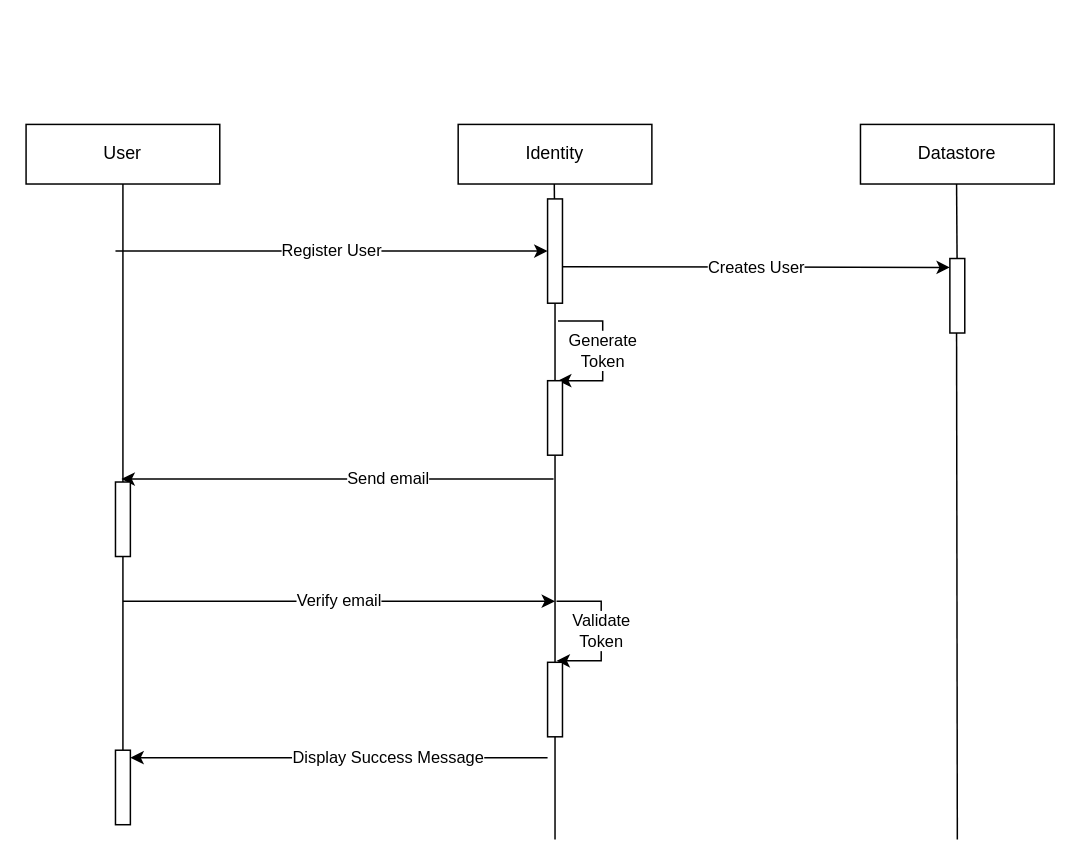
Above: Untitled Diagram.drawio in nikhilc10/nikhilc10 (draw.io), before the change. Source tidied: cells renumbered, new cells numbered last; positions are measured from the earlier drawing's top-left corner, leaving out a move shared by most shapes. Both pictures are drawn from the tidied source at 149%, with x=0, y=0 at pixel (25, 124).
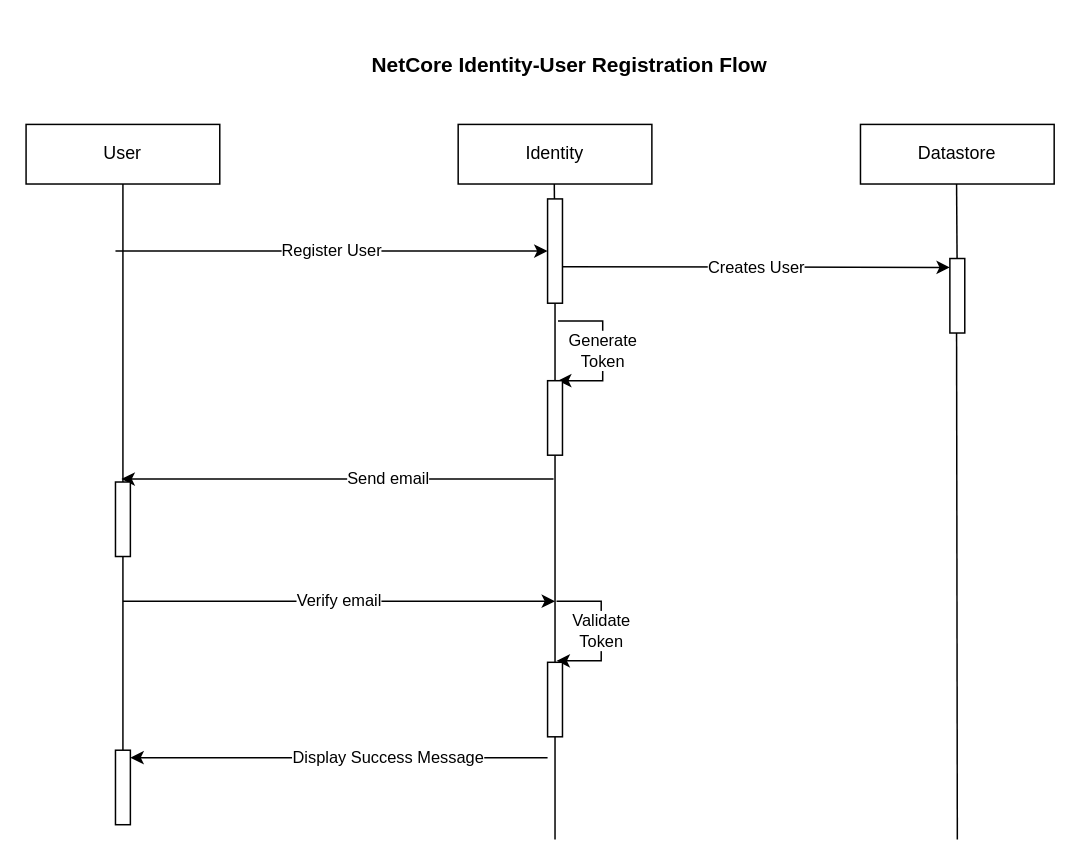
After the change.

Change to the diagram source:
```diff
@@
+    <mxCell id="29" value="&lt;h2&gt;&lt;font style=&quot;font-size: 14px;&quot;&gt;&lt;b&gt;NetCore Identity-User Registration Flow&lt;/b&gt;&lt;/font&gt;&lt;/h2&gt;" style="text;html=1;strokeColor=none;fillColor=none;align=center;verticalAlign=middle;whiteSpace=wrap;rounded=0;" parent="1" vertex="1">
+      <mxGeometry x="220" y="-56" width="290" height="30" as="geometry" />
+    </mxCell>
```
